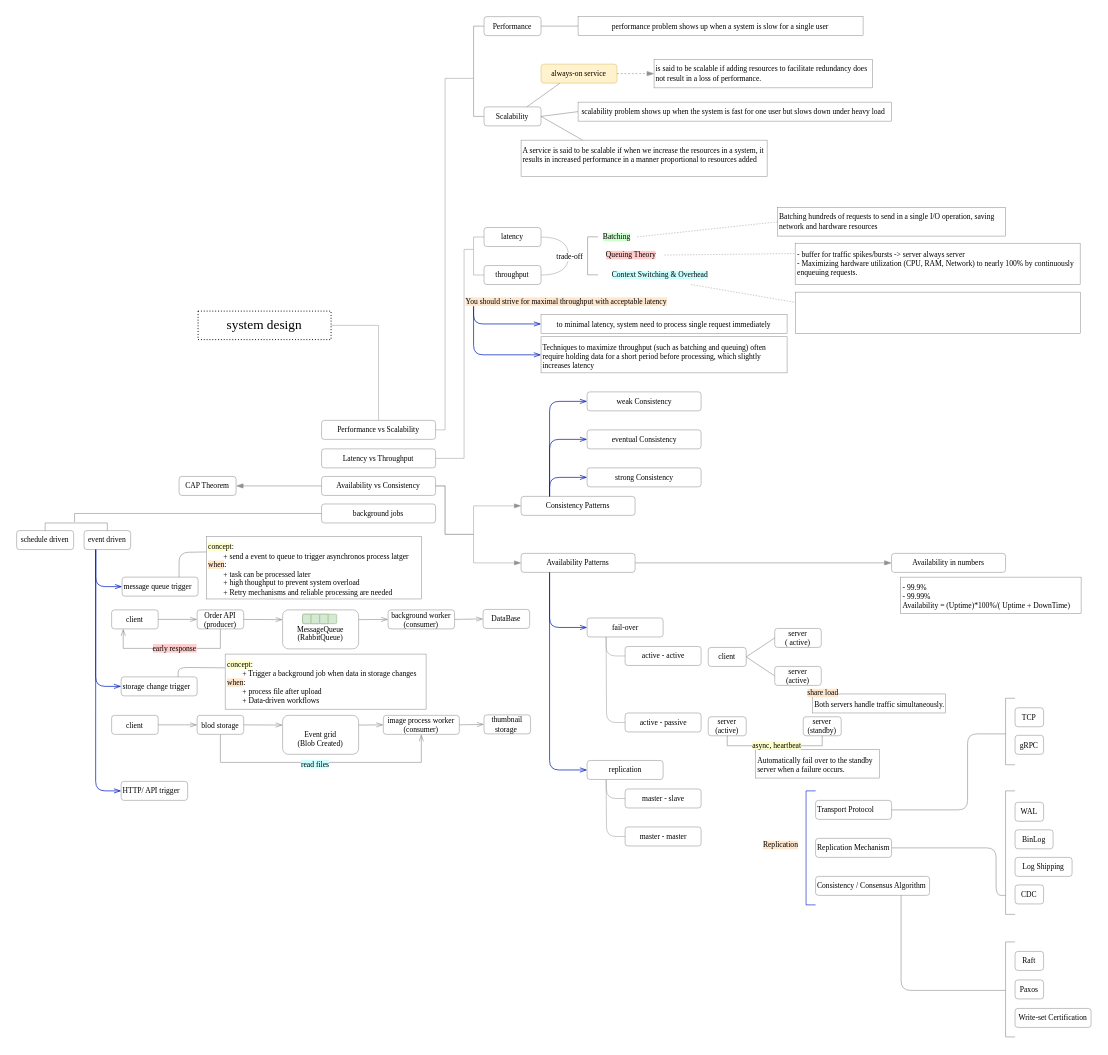
Above: page "Page-1" (1 of 2) of [research]SystemDesignKnowledge.drawio in ptt743/draw (draw.io), before the change. Source tidied: cells renumbered, new cells numbered last; positions are measured from the earlier drawing's top-left corner, leaving out a move shared by most shapes. Both pictures are drawn from the tidied source at 95%, with x=0, y=0 at pixel (16, 16).
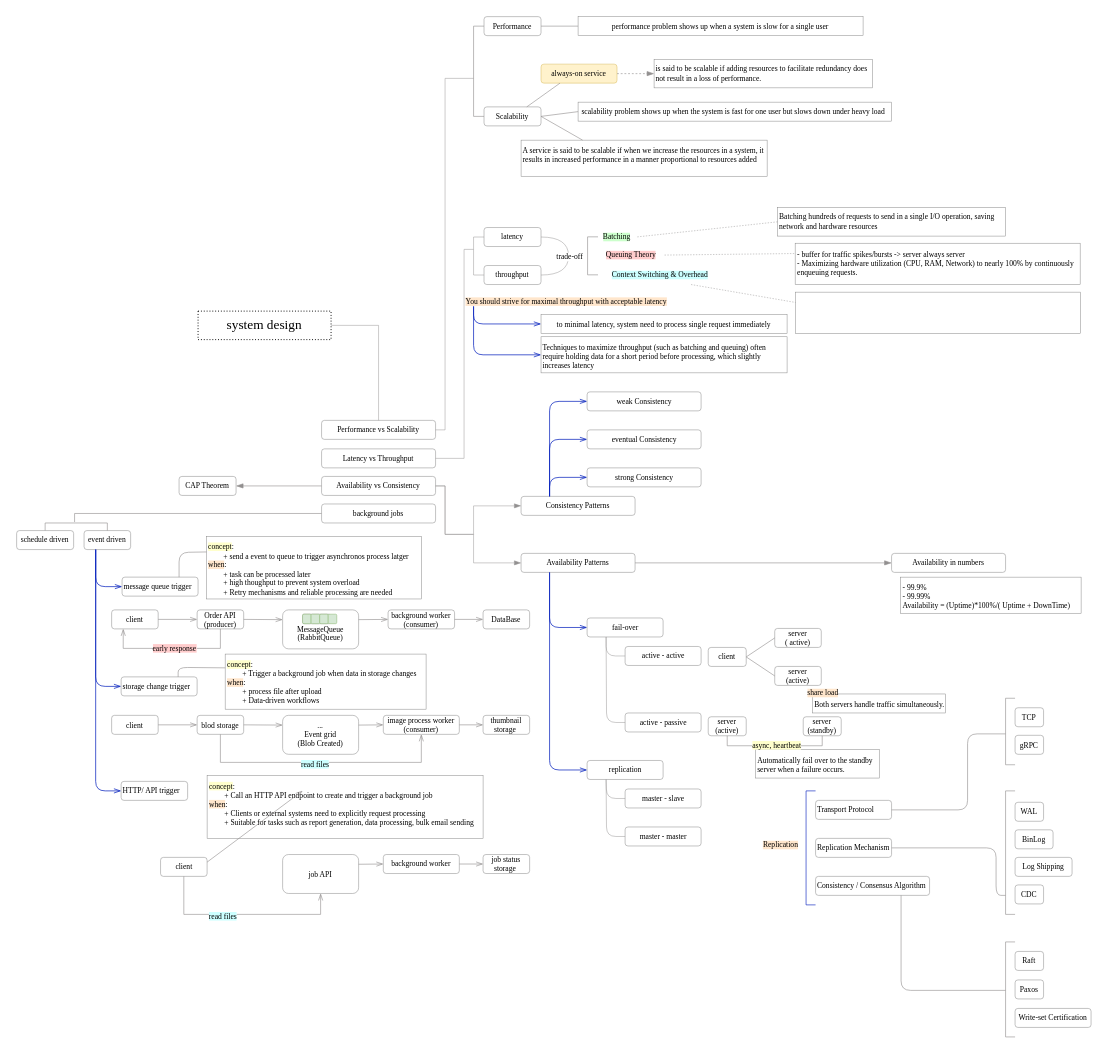
The same page after the edit.

Diff of the diagram source:
```diff
@@
     <mxCell id="123" value="DataBase" style="rounded=1;whiteSpace=wrap;html=1;fontFamily=Times New Roman;strokeColor=#808080;strokeWidth=0.5;fontSize=8;" parent="1" vertex="1">
-      <mxGeometry x="491" y="624" width="49" height="20" as="geometry" />
+      <mxGeometry x="491" y="624.5" width="49" height="20" as="geometry" />
     </mxCell>
@@
-    <mxCell id="136" value="&lt;div&gt;&lt;br&gt;&lt;/div&gt;Event grid&lt;br&gt;(Blob Created)" style="rounded=1;whiteSpace=wrap;html=1;fontFamily=Times New Roman;strokeColor=#808080;strokeWidth=0.5;fontSize=8;" parent="1" vertex="1">
+    <mxCell id="136" value="&lt;div&gt;...&lt;/div&gt;Event grid&lt;br&gt;(Blob Created)" style="rounded=1;whiteSpace=wrap;html=1;fontFamily=Times New Roman;strokeColor=#808080;strokeWidth=0.5;fontSize=8;" parent="1" vertex="1">
       <mxGeometry x="280" y="735.5" width="80" height="41" as="geometry" />
     </mxCell>
@@
     <mxCell id="141" value="thumbnail storage&amp;nbsp;" style="rounded=1;whiteSpace=wrap;html=1;fontFamily=Times New Roman;strokeColor=#808080;strokeWidth=0.5;fontSize=8;" parent="1" vertex="1">
-      <mxGeometry x="492" y="735" width="49" height="20" as="geometry" />
+      <mxGeometry x="491" y="735.5" width="49" height="20" as="geometry" />
     </mxCell>
@@
+    <mxCell id="147" value="&lt;span style=&quot;background-color: rgb(255, 255, 204);&quot;&gt;concept&lt;/span&gt;:&lt;div&gt;&lt;span style=&quot;white-space: pre;&quot;&gt;&#9;&lt;/span&gt;+ Call an HTTP API endpoint to create and trigger a background job&lt;br&gt;&lt;div&gt;&lt;span style=&quot;background-color: rgb(255, 230, 204);&quot;&gt;when&lt;/span&gt;:&lt;/div&gt;&lt;/div&gt;&lt;div&gt;&lt;span style=&quot;white-space: pre;&quot;&gt;&#9;&lt;/span&gt;+ Clients or external systems need to explicitly request processing&lt;br&gt;&lt;/div&gt;&lt;div&gt;&lt;span style=&quot;white-space: pre;&quot;&gt;&#9;&lt;/span&gt;+&amp;nbsp;&lt;span style=&quot;background-color: transparent;&quot;&gt;Suitable for tasks such as report generation, data processing, bulk email sending&lt;/span&gt;&lt;/div&gt;" style="rounded=0;whiteSpace=wrap;html=1;fontFamily=Times New Roman;strokeColor=#808080;strokeWidth=0.5;align=left;verticalAlign=top;fontSize=8;" parent="1" vertex="1">
+      <mxGeometry x="200.5" y="799" width="290.5" height="66" as="geometry" />
+    </mxCell>
+    <mxCell id="148" value="client" style="rounded=1;whiteSpace=wrap;html=1;fontFamily=Times New Roman;strokeColor=#808080;strokeWidth=0.5;fontSize=8;" parent="1" vertex="1">
+      <mxGeometry x="151.5" y="885" width="49" height="20" as="geometry" />
+    </mxCell>
+    <mxCell id="149" value="&lt;div&gt;job API&lt;/div&gt;" style="rounded=1;whiteSpace=wrap;html=1;fontFamily=Times New Roman;strokeColor=#808080;strokeWidth=0.5;fontSize=8;" parent="1" vertex="1">
+      <mxGeometry x="280" y="882" width="80" height="41" as="geometry" />
+    </mxCell>
+    <mxCell id="150" value="background worker" style="rounded=1;whiteSpace=wrap;html=1;fontFamily=Times New Roman;strokeColor=#808080;strokeWidth=0.5;fontSize=8;" parent="1" vertex="1">
+      <mxGeometry x="386" y="882" width="80" height="20" as="geometry" />
+    </mxCell>
+    <mxCell id="151" style="endArrow=openThin;html=1;rounded=0;endFill=0;strokeColor=light-dark(#929090, #ededed);strokeWidth=0.65;exitX=1;exitY=0.25;exitDx=0;exitDy=0;entryX=0;entryY=0.5;entryDx=0;entryDy=0;" parent="1" edge="1" source="149" target="150">
+      <mxGeometry relative="1" as="geometry" />
+    </mxCell>
+    <mxCell id="152" value="job status storage&amp;nbsp;" style="rounded=1;whiteSpace=wrap;html=1;fontFamily=Times New Roman;strokeColor=#808080;strokeWidth=0.5;fontSize=8;" parent="1" vertex="1">
+      <mxGeometry x="491" y="882" width="49" height="20" as="geometry" />
+    </mxCell>
+    <mxCell id="153" style="endArrow=openThin;html=1;rounded=0;endFill=0;strokeColor=light-dark(#929090, #ededed);strokeWidth=0.65;entryX=0;entryY=0.5;entryDx=0;entryDy=0;exitX=1;exitY=0.5;exitDx=0;exitDy=0;" parent="1" edge="1" source="150" target="152">
+      <mxGeometry relative="1" as="geometry" />
+    </mxCell>
+    <mxCell id="154" style="endArrow=openThin;html=1;rounded=0;endFill=0;strokeColor=light-dark(#929090, #ededed);strokeWidth=0.65;exitX=0.5;exitY=1;exitDx=0;exitDy=0;entryX=0.5;entryY=1;entryDx=0;entryDy=0;" parent="1" edge="1" source="148" target="149">
+      <mxGeometry x="0.91" relative="1" as="geometry">
+        <Array as="points">
+          <mxPoint x="176" y="945" />
+          <mxPoint x="320" y="945" />
+        </Array>
+      </mxGeometry>
+    </mxCell>
+    <mxCell id="155" value="&lt;font face=&quot;Times New Roman&quot; style=&quot;font-size: 8px; background-color: rgb(204, 255, 255);&quot;&gt;read files&lt;/font&gt;" style="edgeLabel;html=1;align=center;verticalAlign=middle;" parent="154" vertex="1">
+      <mxGeometry x="-0.22" relative="1" as="geometry" />
+    </mxCell>
+    <mxCell id="156" style="endArrow=openThin;html=1;rounded=0;endFill=0;strokeColor=light-dark(#929090, #ededed);strokeWidth=0.65;exitX=1;exitY=0.25;exitDx=0;exitDy=0;" parent="1" edge="1" source="148">
+      <mxGeometry relative="1" as="geometry">
+        <mxPoint x="301" y="815" as="targetPoint" />
+      </mxGeometry>
+    </mxCell>
```
